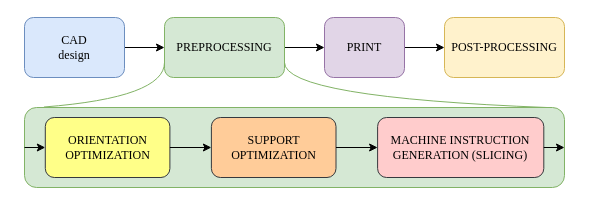
Above: !5_article/Images/01_process3dprint/process3dPrinting.drawio in hapeet/3D-print-optimization___India-summer-internship (draw.io), before the change. Source tidied: cells renumbered, new cells numbered last; positions are measured from the earlier drawing's top-left corner, leaving out a move shared by most shapes. Both pictures are drawn from the tidied source at 100%, with x=0, y=0 at pixel (24, 17).
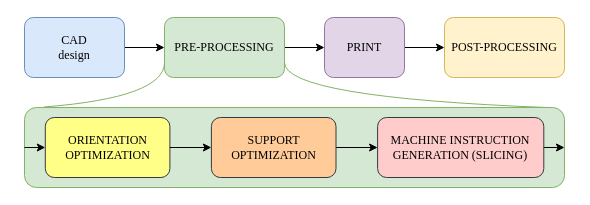
The same page after the edit.

Change to the diagram source:
```diff
@@
-    <mxCell id="5" value="PREPROCESSING" style="whiteSpace=wrap;html=1;fontFamily=Times New Roman;rounded=1;fillColor=#d5e8d4;strokeColor=#82b366;" parent="1" vertex="1">
+    <mxCell id="5" value="PRE-PROCESSING" style="whiteSpace=wrap;html=1;fontFamily=Times New Roman;rounded=1;fillColor=#d5e8d4;strokeColor=#82b366;" parent="1" vertex="1">
       <mxGeometry x="140" width="120" height="60" as="geometry" />
     </mxCell>
```
